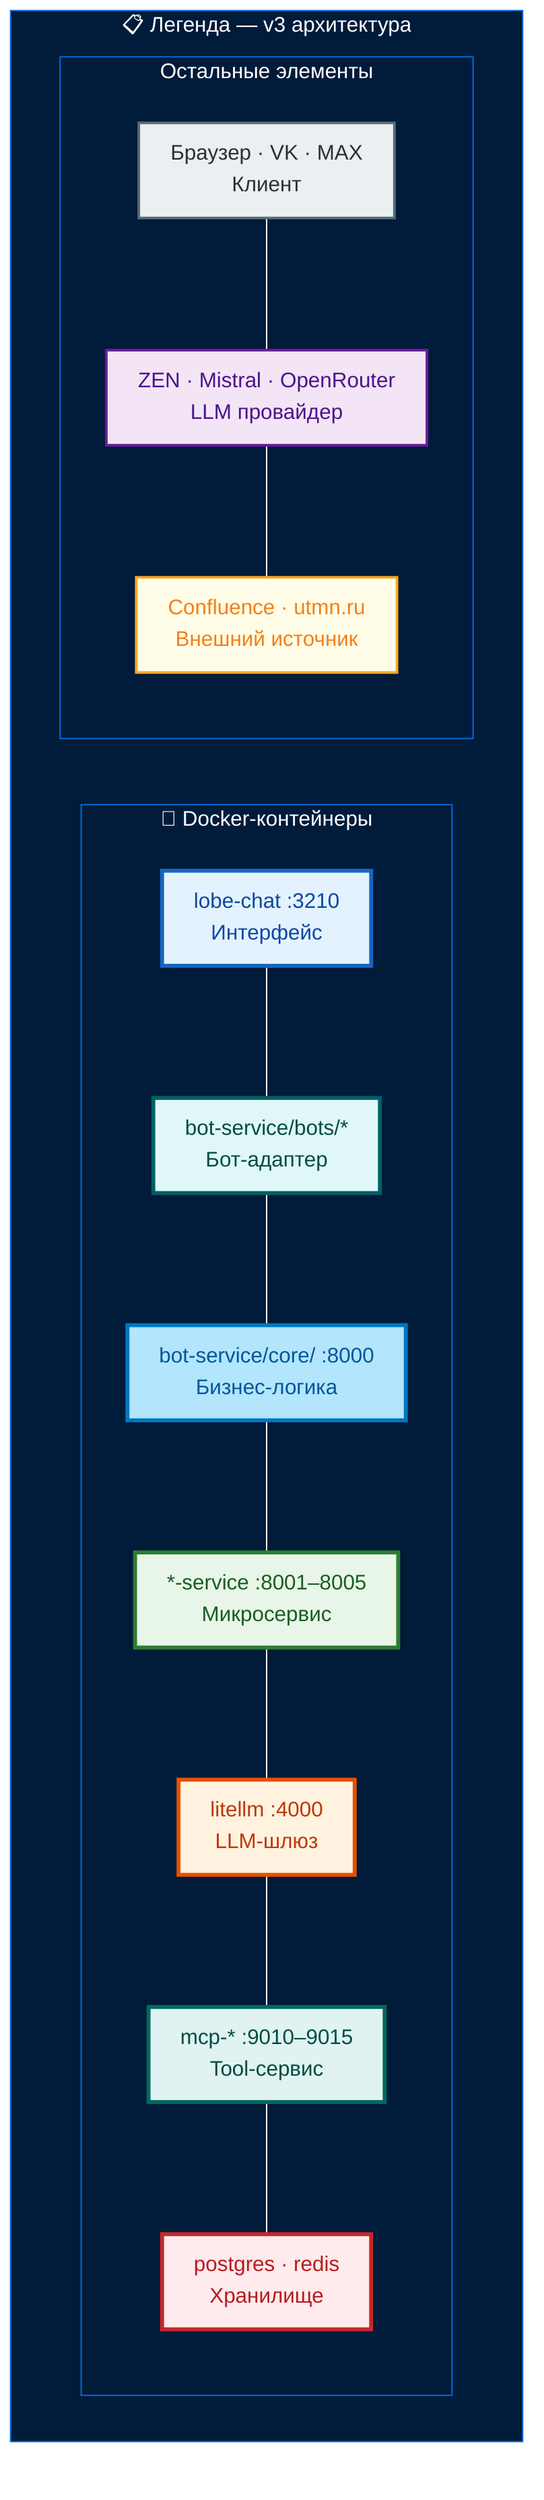
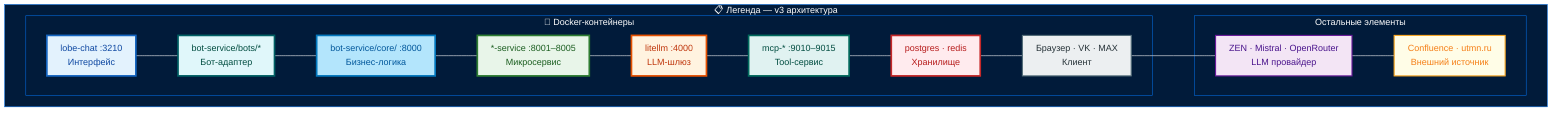
%%{
  init: {
    'theme': 'base',
    'themeVariables': {
      'background': '#011B3A',
      'primaryColor': '#E8EAF6',
      'primaryTextColor': '#1A237E',
      'primaryBorderColor': '#3F51B5',
      'lineColor': '#FFFFFF',
      'secondaryColor': '#FFF8E1',
      'tertiaryColor': '#E8F5E9',
      'clusterBkg': '#011B3A',
      'clusterBorder': '#046CE0',
      'clusterTextColor': '#FFFFFF',
      'nodeBorder': '#3F51B5',
      'nodeTextColor': '#1A237E',
      'edgeLabelBackground': '#032B50',
      'edgeLabelColor': '#FFFFFF',
      'titleColor': '#FFFFFF'
    },
    'flowchart': {
      'htmlLabels': true,
      'curve': 'basis',
      'padding': 12
    }
  }
}%%

flowchart TB

  classDef interface fill:#E3F2FD,stroke:#1565C0,stroke-width:3px,color:#0D47A1
  classDef adapt fill:#E0F7FA,stroke:#006064,stroke-width:3px,color:#004D40
  classDef core fill:#B3E5FC,stroke:#0277BD,stroke-width:3px,color:#01579B
  classDef ms fill:#E8F5E9,stroke:#2E7D32,stroke-width:3px,color:#1B5E20
  classDef gateway fill:#FFF3E0,stroke:#E65100,stroke-width:3px,color:#BF360C
  classDef storage fill:#FFEBEE,stroke:#C62828,stroke-width:3px,color:#B71C1C
  classDef tool fill:#E0F2F1,stroke:#00695C,stroke-width:3px,color:#004D40
  classDef client fill:#ECEFF1,stroke:#546E7A,stroke-width:2px,color:#263238
  classDef provider fill:#F3E5F5,stroke:#6A1B9A,stroke-width:2px,color:#4A148C
  classDef external fill:#FFFDE7,stroke:#F9A825,stroke-width:2px,color:#F57F17
+   classDef migrate fill:#E0E0E0,stroke:#757575,stroke-width:2px,color:#424242

  subgraph Legend["📋 Легенда — v3 архитектура"]

    subgraph Docker["🐳 Docker-контейнеры"]
      L1["lobe-chat :3210<br/>Интерфейс"]:::interface
      L2["bot-service/bots/*<br/>Бот-адаптер"]:::adapt
      L3["bot-service/core/ :8000<br/>Бизнес-логика"]:::core
      L4["*-service :8001–8005<br/>Микросервис"]:::ms
      L5["litellm :4000<br/>LLM-шлюз"]:::gateway
      L6["mcp-* :9010–9015<br/>Tool-сервис"]:::tool
      L7["postgres · redis<br/>Хранилище"]:::storage
+       L8["db-migrate<br/>Миграции"]:::migrate
      L1 --- L2
      L2 --- L3
      L3 --- L4
      L4 --- L5
      L5 --- L6
      L6 --- L7
+       L7 --- L8
    end

    subgraph Other["Остальные элементы"]
      L8["Браузер · VK · MAX<br/>Клиент"]:::client
      L9["ZEN · Mistral · OpenRouter<br/>LLM провайдер"]:::provider
      L10["Confluence · utmn.ru<br/>Внешний источник"]:::external
      L8 --- L9
      L9 --- L10
    end

  end
